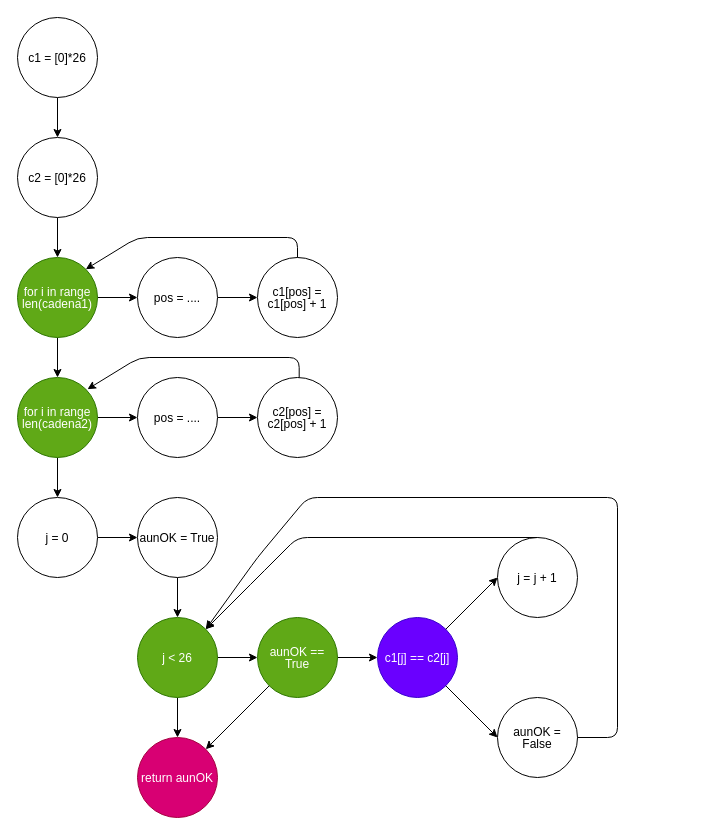
The draw.io diagram CajaBlanca/2-grafo.drawio in cdtello/SoftwareTesting, before the edit. Source tidied: cells renumbered, new cells numbered last; positions are measured from the earlier drawing's top-left corner, leaving out a move shared by most shapes. Both pictures are drawn from the tidied source at 100%, with x=0, y=0 at pixel (17, 17).
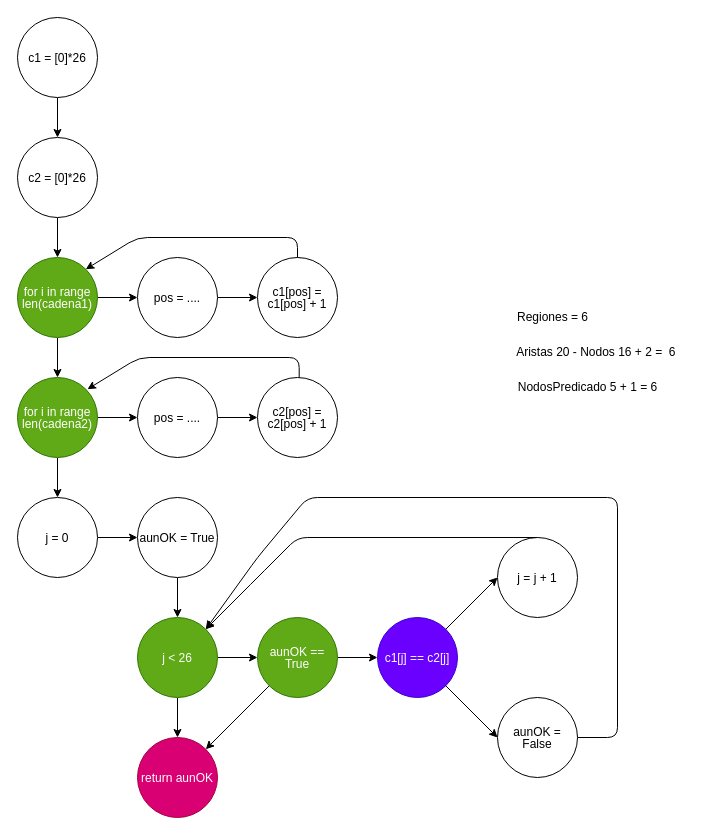
After the change.

Change to the diagram source:
```diff
@@
+    <mxCell id="38" value="Regiones = 6" style="text;html=1;align=center;verticalAlign=middle;strokeColor=none;fillColor=none;" parent="1" vertex="1">
+      <mxGeometry x="490" y="290" width="90" height="20" as="geometry" />
+    </mxCell>
+    <mxCell id="39" value="Aristas 20 - Nodos 16 + 2 =&amp;nbsp; 6&amp;nbsp;" style="text;html=1;align=center;verticalAlign=middle;strokeColor=none;fillColor=none;" parent="1" vertex="1">
+      <mxGeometry x="490" y="325" width="180" height="20" as="geometry" />
+    </mxCell>
+    <mxCell id="40" value="NodosPredicado 5 + 1 = 6" style="text;html=1;align=center;verticalAlign=middle;strokeColor=none;fillColor=none;" parent="1" vertex="1">
+      <mxGeometry x="490" y="360" width="160" height="20" as="geometry" />
+    </mxCell>
```
